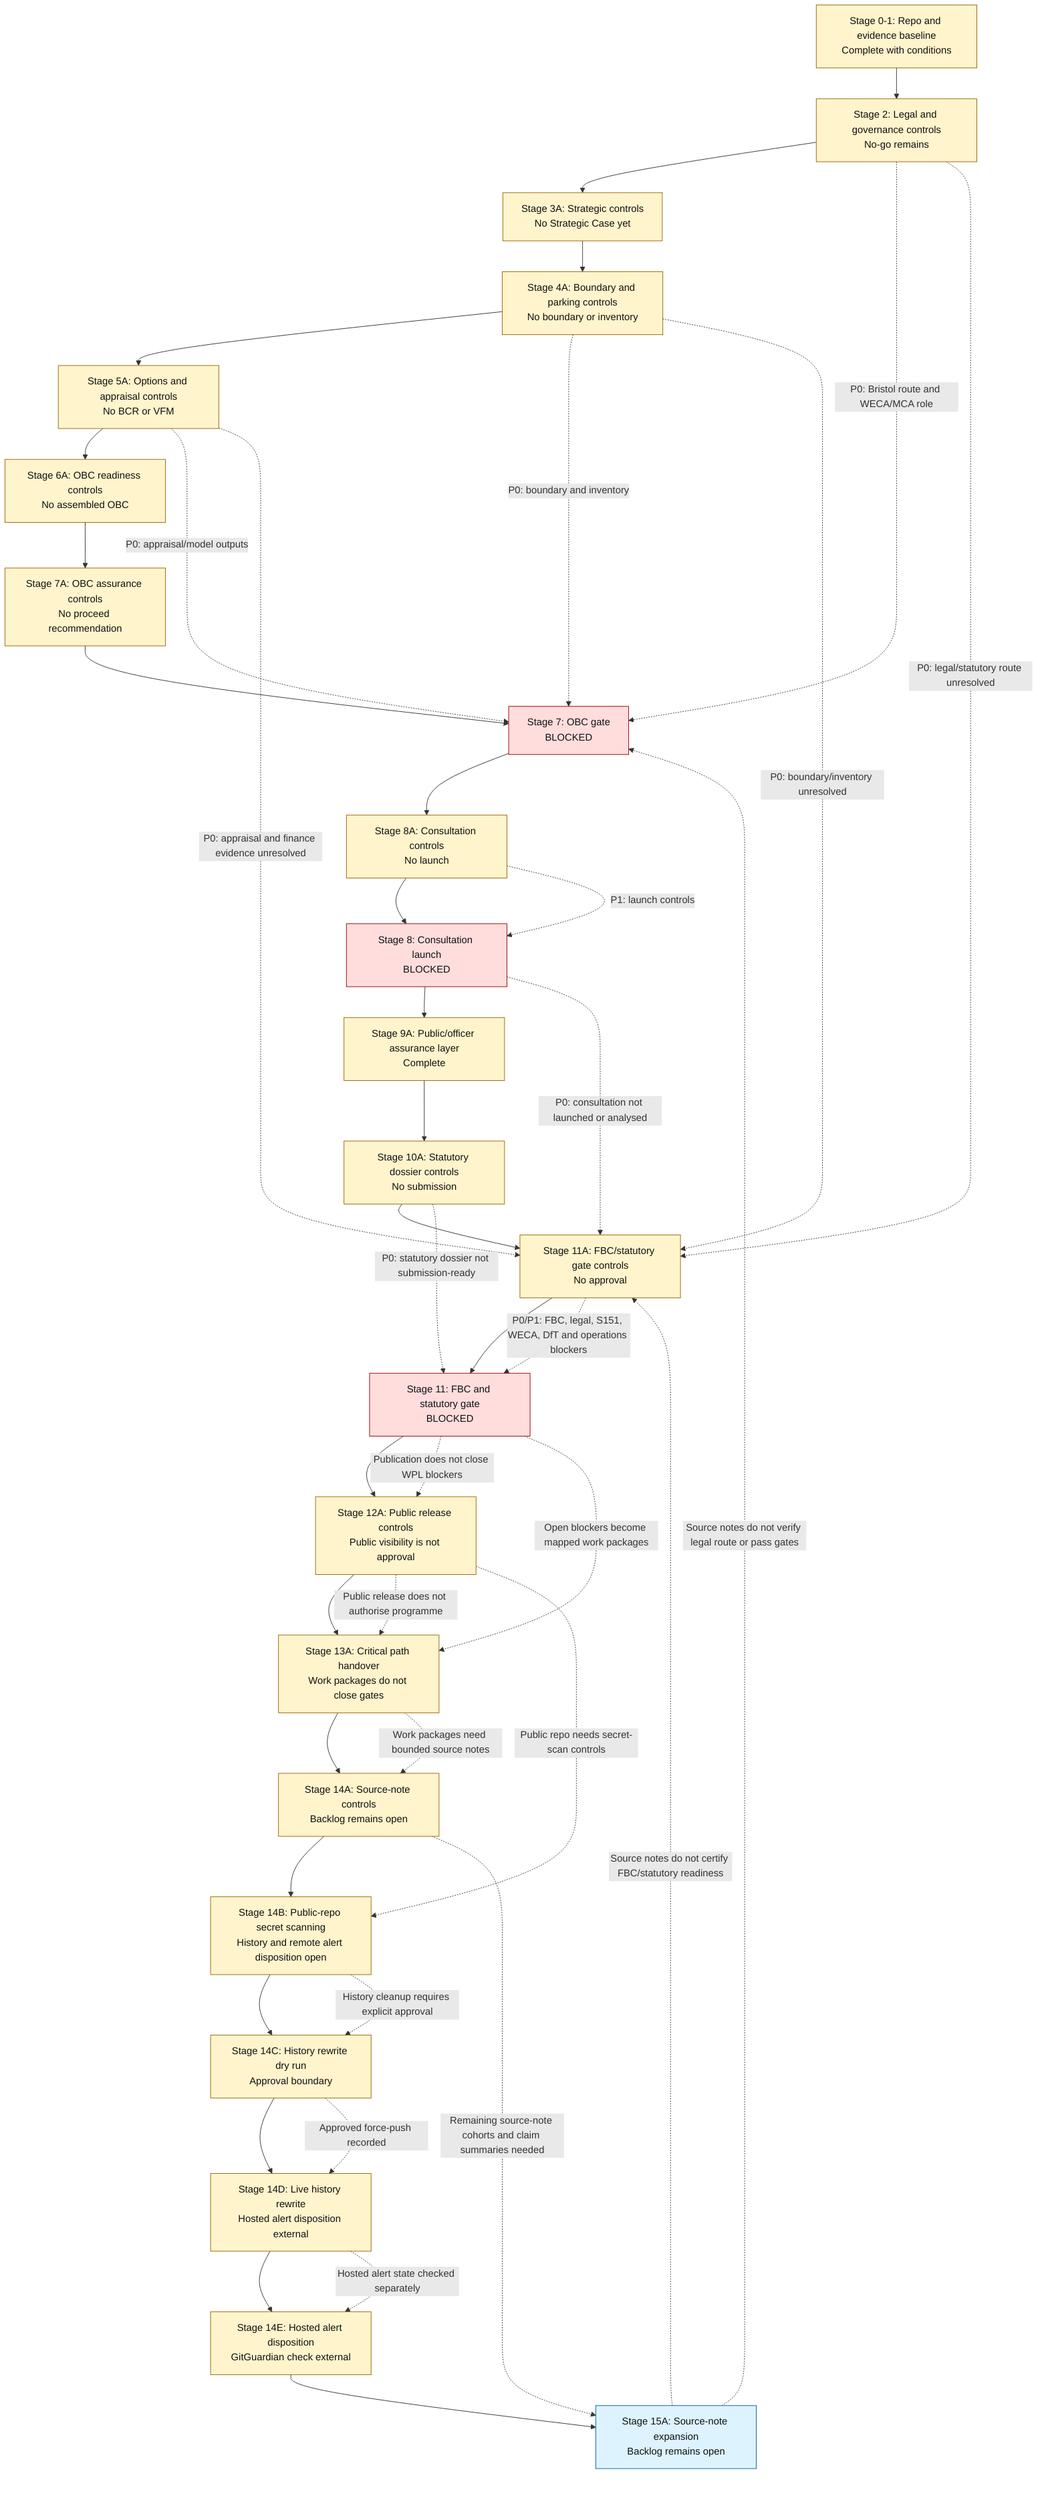
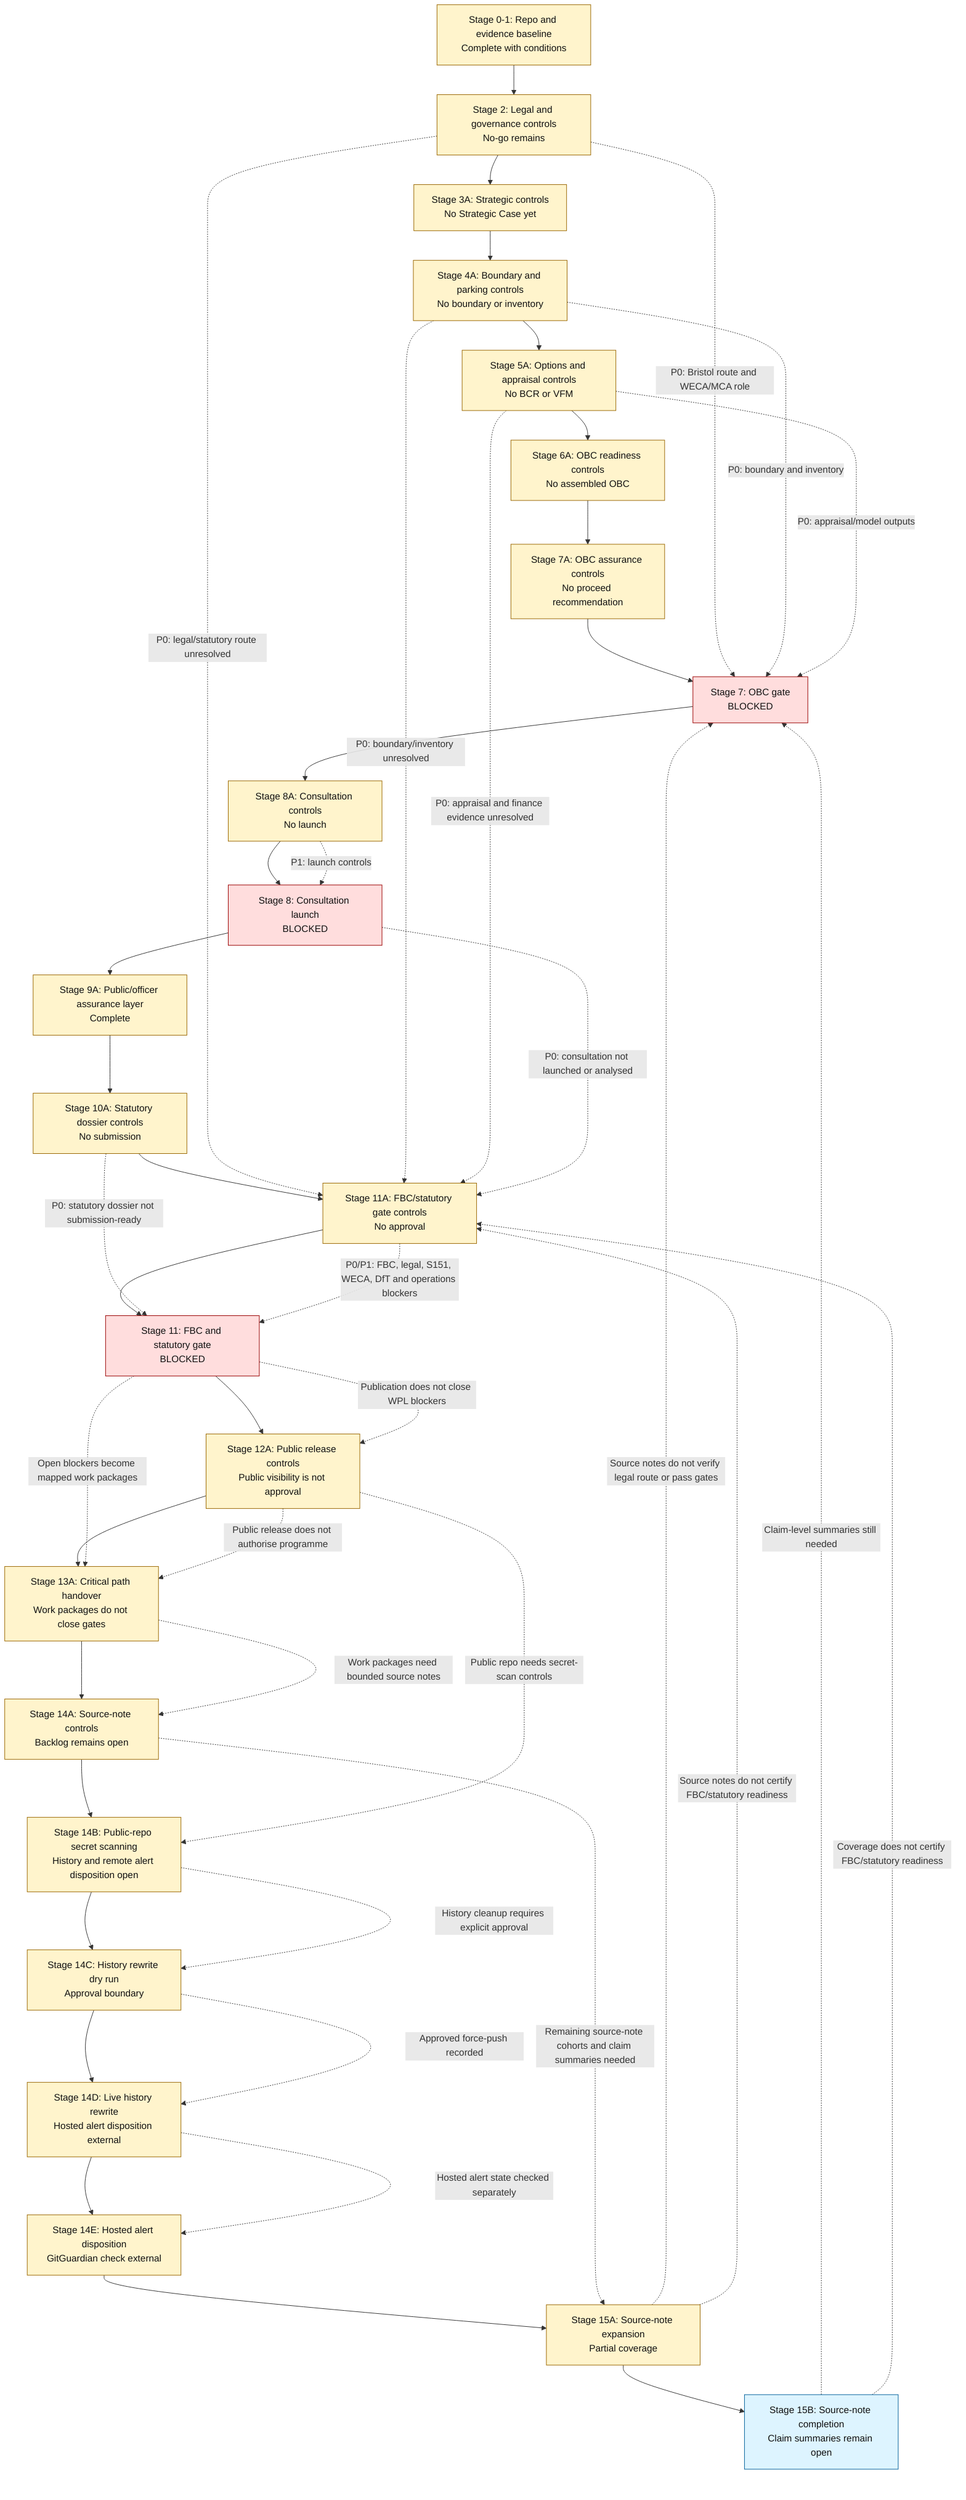
flowchart TD
    A["Stage 0-1: Repo and evidence baseline<br/>Complete with conditions"] --> B["Stage 2: Legal and governance controls<br/>No-go remains"]
    B --> C["Stage 3A: Strategic controls<br/>No Strategic Case yet"]
    C --> D["Stage 4A: Boundary and parking controls<br/>No boundary or inventory"]
    D --> E["Stage 5A: Options and appraisal controls<br/>No BCR or VFM"]
    E --> F["Stage 6A: OBC readiness controls<br/>No assembled OBC"]
    F --> F2["Stage 7A: OBC assurance controls<br/>No proceed recommendation"]
    F2 --> G["Stage 7: OBC gate<br/>BLOCKED"]
    G --> H["Stage 8A: Consultation controls<br/>No launch"]
    H --> I["Stage 8: Consultation launch<br/>BLOCKED"]
    I --> J["Stage 9A: Public/officer assurance layer<br/>Complete"]
    J --> J2["Stage 10A: Statutory dossier controls<br/>No submission"]
    J2 --> K2["Stage 11A: FBC/statutory gate controls<br/>No approval"]
    K2 --> K["Stage 11: FBC and statutory gate<br/>BLOCKED"]
    K --> L["Stage 12A: Public release controls<br/>Public visibility is not approval"]
    L --> M["Stage 13A: Critical path handover<br/>Work packages do not close gates"]
    M --> N["Stage 14A: Source-note controls<br/>Backlog remains open"]
    N --> O["Stage 14B: Public-repo secret scanning<br/>History and remote alert disposition open"]
    O --> P["Stage 14C: History rewrite dry run<br/>Approval boundary"]
    P --> Q["Stage 14D: Live history rewrite<br/>Hosted alert disposition external"]
    Q --> R["Stage 14E: Hosted alert disposition<br/>GitGuardian check external"]
-     R --> S["Stage 15A: Source-note expansion<br/>Backlog remains open"]
+     R --> S["Stage 15A: Source-note expansion<br/>Partial coverage"]
+     S --> T["Stage 15B: Source-note completion<br/>Claim summaries remain open"]

    B -. "P0: Bristol route and WECA/MCA role" .-> G
    D -. "P0: boundary and inventory" .-> G
    E -. "P0: appraisal/model outputs" .-> G
    H -. "P1: launch controls" .-> I
    B -. "P0: legal/statutory route unresolved" .-> K2
    D -. "P0: boundary/inventory unresolved" .-> K2
    E -. "P0: appraisal and finance evidence unresolved" .-> K2
    I -. "P0: consultation not launched or analysed" .-> K2
    J2 -. "P0: statutory dossier not submission-ready" .-> K
    K2 -. "P0/P1: FBC, legal, S151, WECA, DfT and operations blockers" .-> K
    K -. "Publication does not close WPL blockers" .-> L
    K -. "Open blockers become mapped work packages" .-> M
    L -. "Public release does not authorise programme" .-> M
    M -. "Work packages need bounded source notes" .-> N
    L -. "Public repo needs secret-scan controls" .-> O
    O -. "History cleanup requires explicit approval" .-> P
    P -. "Approved force-push recorded" .-> Q
    Q -. "Hosted alert state checked separately" .-> R
    N -. "Remaining source-note cohorts and claim summaries needed" .-> S
    S -. "Source notes do not verify legal route or pass gates" .-> G
    S -. "Source notes do not certify FBC/statutory readiness" .-> K2
+     T -. "Claim-level summaries still needed" .-> G
+     T -. "Coverage does not certify FBC/statutory readiness" .-> K2

    classDef blocked fill:#ffdddd,stroke:#990000,color:#111111;
    classDef control fill:#fff4cc,stroke:#996600,color:#111111;
    classDef current fill:#ddf4ff,stroke:#005f99,color:#111111;

    class G,I,K blocked;
-     class A,B,C,D,E,F,F2,H,J,J2,K2,L,M,N,O,P,Q,R control;
-     class S current;
+     class A,B,C,D,E,F,F2,H,J,J2,K2,L,M,N,O,P,Q,R,S control;
+     class T current;
